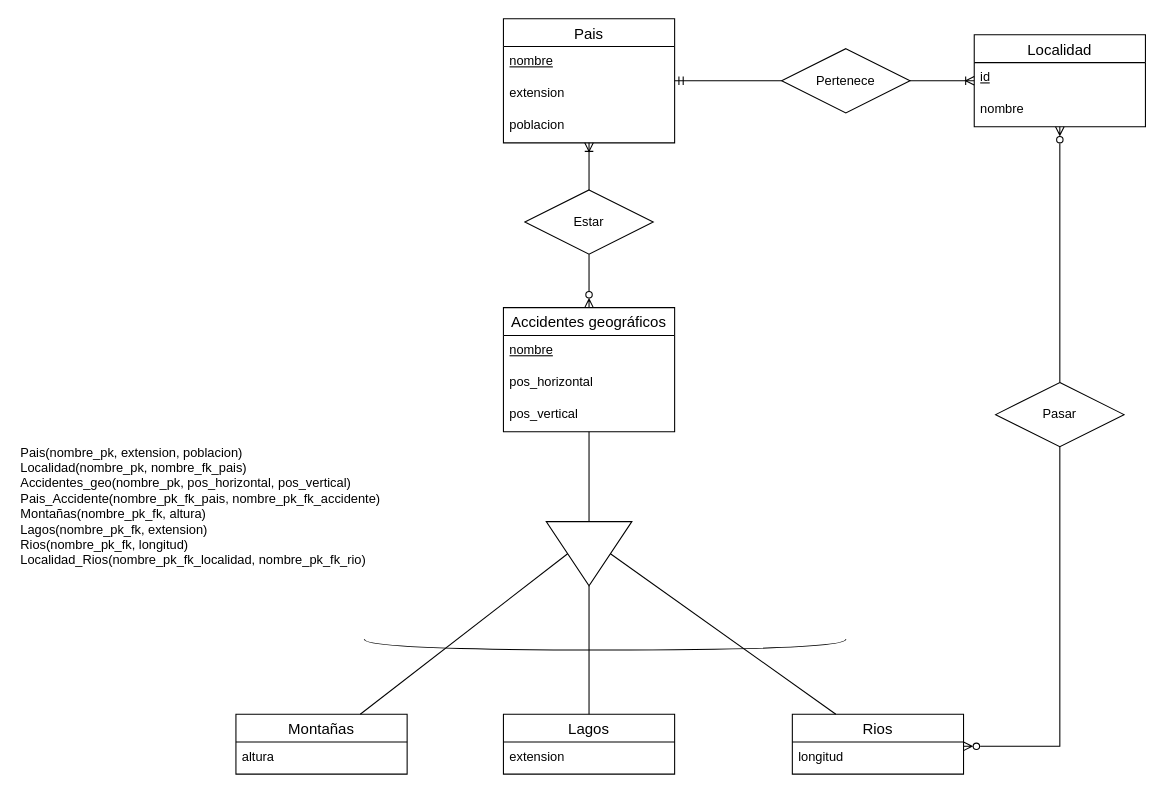
Before: TA12Ej11.drawio in AlejandroCara/acr-tsys-modeloER-drawio-1110, a draw.io diagram. Source tidied: cells renumbered, new cells numbered last; positions are measured from the earlier drawing's top-left corner, leaving out a move shared by most shapes. Both pictures are drawn from the tidied source at 107%, with x=0, y=0 at pixel (18, 18).
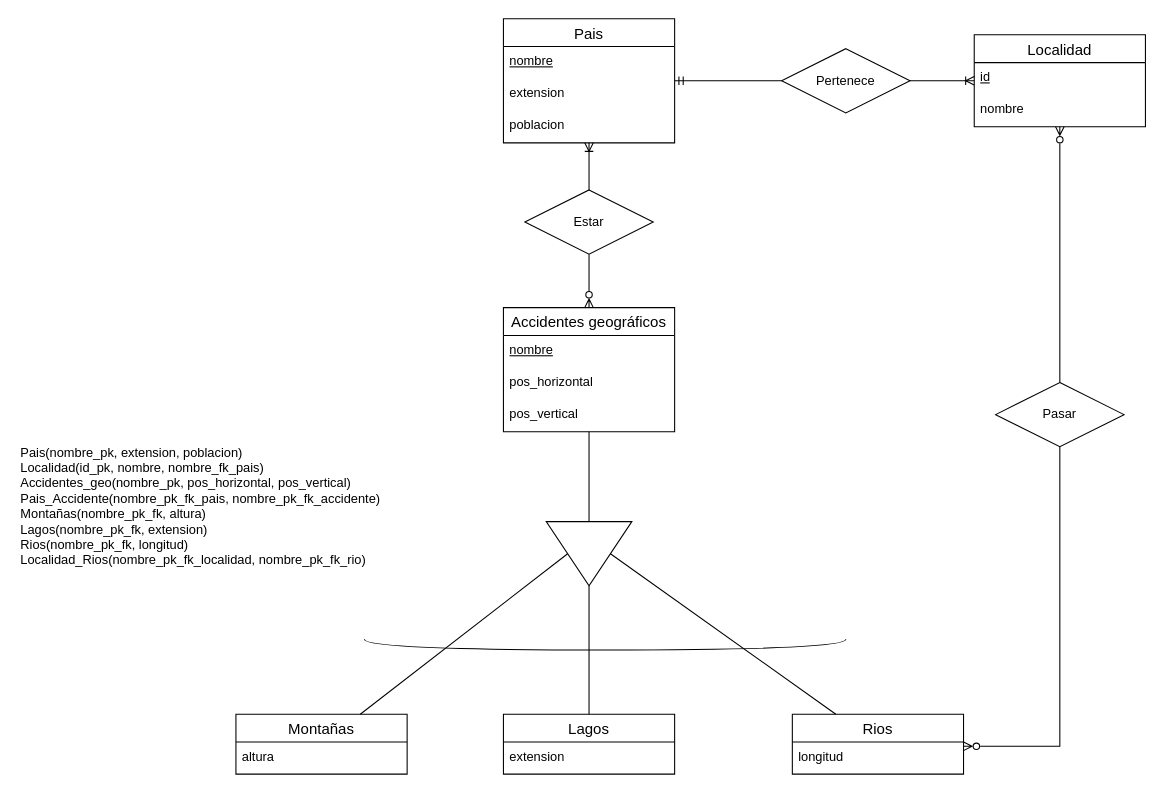
Above is the later version.

The edit, as a diff of the source:
```diff
@@
-    <mxCell id="34" value="&lt;div align=&quot;left&quot;&gt;Pais(nombre_pk, extension, poblacion)&lt;br&gt;&lt;/div&gt;&lt;div&gt;Localidad(nombre_pk, nombre_fk_pais)&lt;/div&gt;&lt;div&gt;Accidentes_geo(nombre_pk, pos_horizontal, pos_vertical)&lt;/div&gt;&lt;div&gt;Pais_Accidente(nombre_pk_fk_pais, nombre_pk_fk_accidente)&lt;/div&gt;&lt;div&gt;Montañas(nombre_pk_fk, altura)&lt;/div&gt;&lt;div&gt;Lagos(nombre_pk_fk, extension)&lt;/div&gt;&lt;div&gt;Rios(nombre_pk_fk, longitud)&lt;/div&gt;&lt;div&gt;Localidad_Rios(nombre_pk_fk_localidad, nombre_pk_fk_rio)&lt;br&gt;&lt;/div&gt;&lt;div&gt;&lt;br&gt;&lt;/div&gt;&lt;div&gt;&lt;br&gt;&lt;/div&gt;" style="text;html=1;strokeColor=none;fillColor=none;align=left;verticalAlign=middle;whiteSpace=wrap;rounded=0;" parent="1" vertex="1">
+    <mxCell id="34" value="&lt;div align=&quot;left&quot;&gt;Pais(nombre_pk, extension, poblacion)&lt;br&gt;&lt;/div&gt;&lt;div&gt;Localidad(id_pk, nombre, nombre_fk_pais)&lt;/div&gt;&lt;div&gt;Accidentes_geo(nombre_pk, pos_horizontal, pos_vertical)&lt;/div&gt;&lt;div&gt;Pais_Accidente(nombre_pk_fk_pais, nombre_pk_fk_accidente)&lt;/div&gt;&lt;div&gt;Montañas(nombre_pk_fk, altura)&lt;/div&gt;&lt;div&gt;Lagos(nombre_pk_fk, extension)&lt;/div&gt;&lt;div&gt;Rios(nombre_pk_fk, longitud)&lt;/div&gt;&lt;div&gt;Localidad_Rios(nombre_pk_fk_localidad, nombre_pk_fk_rio)&lt;br&gt;&lt;/div&gt;&lt;div&gt;&lt;br&gt;&lt;/div&gt;&lt;div&gt;&lt;br&gt;&lt;/div&gt;" style="text;html=1;strokeColor=none;fillColor=none;align=left;verticalAlign=middle;whiteSpace=wrap;rounded=0;" parent="1" vertex="1">
       <mxGeometry y="400" width="460" height="140" as="geometry" />
     </mxCell>
```
